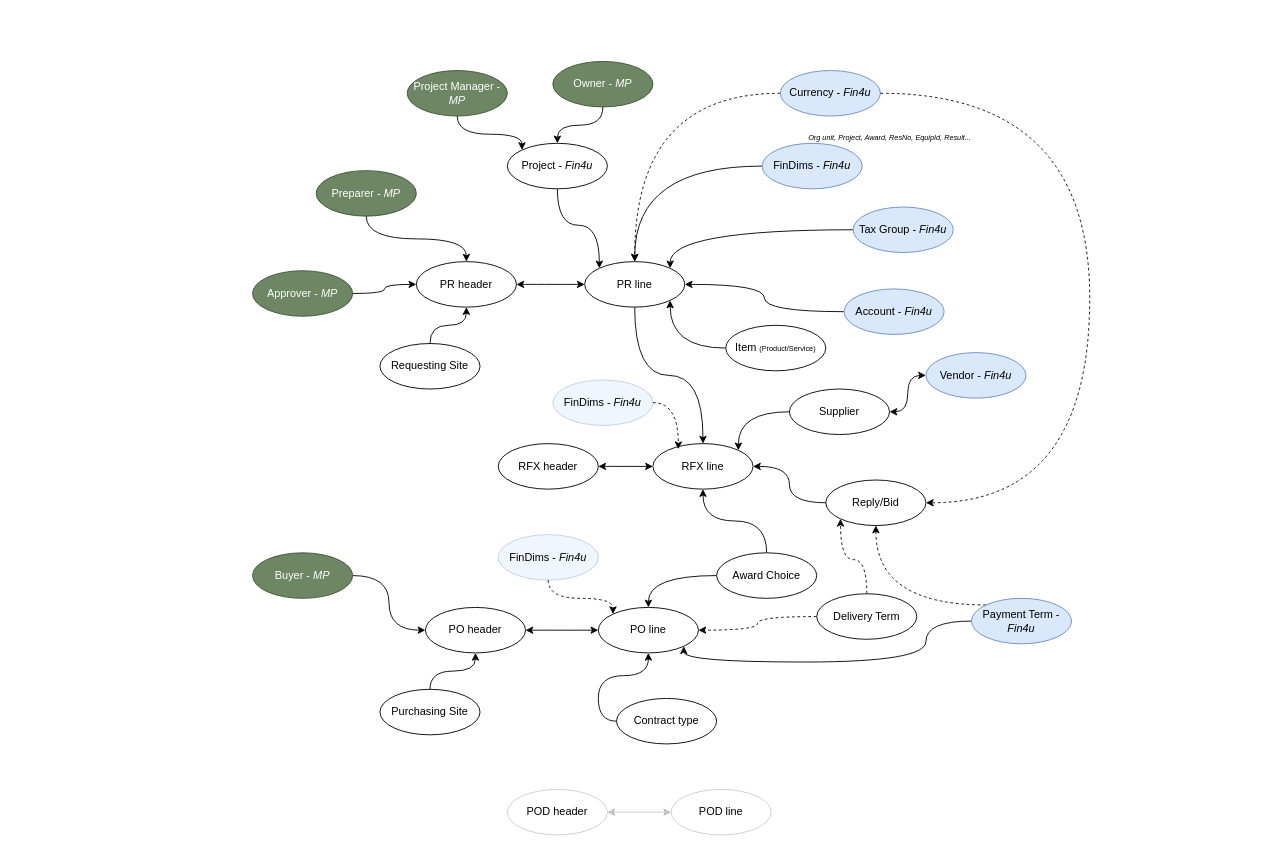
Medair/drawio keeps this draw.io diagram as Medex_MDM.drawio. Above is the earlier version. Source tidied: cells renumbered, new cells numbered last; positions are measured from the earlier drawing's top-left corner, leaving out a move shared by most shapes. Both pictures are drawn from the tidied source at 91%, with x=0, y=0 at pixel (252, 61).
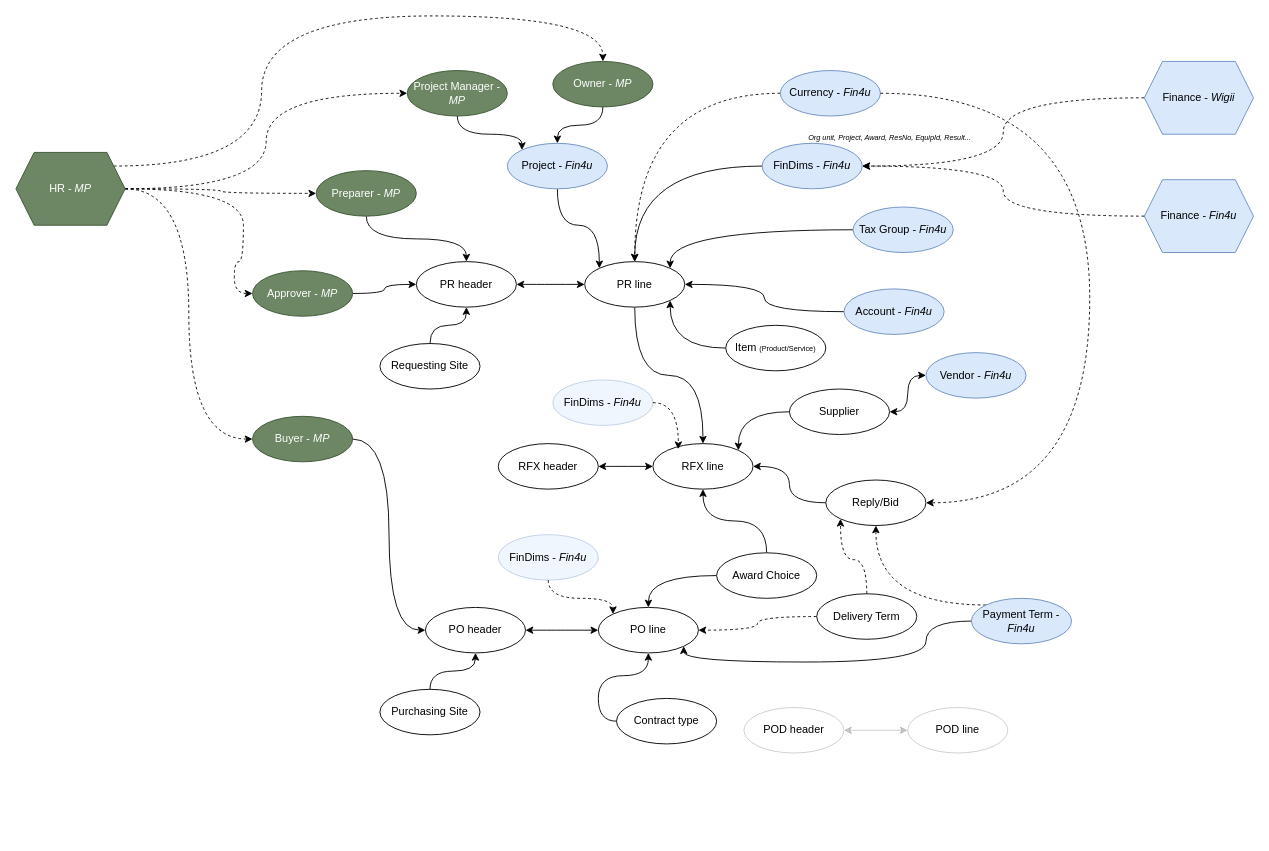
After the change.

The change refers to these unchanged cells:
```xml
<mxCell id="8" value="Preparer - &lt;i&gt;MP&lt;/i&gt;" style="ellipse;whiteSpace=wrap;html=1;fillColor=#6d8764;strokeColor=#3A5431;fontColor=#ffffff;" parent="1" vertex="1">
  <mxGeometry x="70" y="120" width="110" height="50" as="geometry" />
</mxCell>
<mxCell id="38" value="Project Manager - &lt;i&gt;MP&lt;/i&gt;" style="ellipse;whiteSpace=wrap;html=1;fillColor=#6d8764;strokeColor=#3A5431;fontColor=#ffffff;" parent="1" vertex="1">
  <mxGeometry x="170" y="10" width="110" height="50" as="geometry" />
</mxCell>
<mxCell id="40" value="Owner - &lt;i&gt;MP&lt;/i&gt;" style="ellipse;whiteSpace=wrap;html=1;fillColor=#6d8764;strokeColor=#3A5431;fontColor=#ffffff;" parent="1" vertex="1">
  <mxGeometry x="330" width="110" height="50" as="geometry" />
</mxCell>
<mxCell id="42" value="Approver - &lt;i&gt;MP&lt;/i&gt;" style="ellipse;whiteSpace=wrap;html=1;fillColor=#6d8764;strokeColor=#3A5431;fontColor=#ffffff;" parent="1" vertex="1">
  <mxGeometry y="230" width="110" height="50" as="geometry" />
</mxCell>
<mxCell id="45" value="FinDims - &lt;i&gt;Fin4u&lt;/i&gt;" style="ellipse;whiteSpace=wrap;html=1;fillColor=#dae8fc;strokeColor=#6c8ebf;" parent="44" vertex="1">
  <mxGeometry y="20" width="110" height="50" as="geometry" />
</mxCell>
```

What changed in the source:
```diff
@@
-    <mxCell id="36" value="Project - &lt;i&gt;Fin4u&lt;/i&gt;" style="ellipse;whiteSpace=wrap;html=1;" parent="1" vertex="1">
+    <mxCell id="36" value="Project - &lt;i&gt;Fin4u&lt;/i&gt;" style="ellipse;whiteSpace=wrap;html=1;fillColor=#dae8fc;strokeColor=#6c8ebf;" parent="1" vertex="1">
       <mxGeometry x="280" y="90" width="110" height="50" as="geometry" />
     </mxCell>
@@
     <mxCell id="54" value="Buyer - &lt;i&gt;MP&lt;/i&gt;" style="ellipse;whiteSpace=wrap;html=1;fillColor=#6d8764;strokeColor=#3A5431;fontColor=#ffffff;" parent="1" vertex="1">
-      <mxGeometry y="540" width="110" height="50" as="geometry" />
+      <mxGeometry y="390" width="110" height="50" as="geometry" />
     </mxCell>
@@
     <mxCell id="58" value="POD header" style="ellipse;whiteSpace=wrap;html=1;opacity=20;" parent="1" vertex="1">
-      <mxGeometry x="280" y="800" width="110" height="50" as="geometry" />
+      <mxGeometry x="540" y="710" width="110" height="50" as="geometry" />
     </mxCell>
     <mxCell id="59" value="POD line" style="ellipse;whiteSpace=wrap;html=1;opacity=20;" parent="1" vertex="1">
-      <mxGeometry x="460" y="800" width="110" height="50" as="geometry" />
+      <mxGeometry x="720" y="710" width="110" height="50" as="geometry" />
     </mxCell>
@@
+    <mxCell id="67" style="edgeStyle=orthogonalEdgeStyle;rounded=0;jettySize=auto;html=1;exitX=1;exitY=0.5;exitDx=0;exitDy=0;entryX=0;entryY=0.5;entryDx=0;entryDy=0;curved=1;dashed=1;" parent="1" edge="1" source="72" target="8">
+      <mxGeometry relative="1" as="geometry" />
+    </mxCell>
+    <mxCell id="68" style="edgeStyle=orthogonalEdgeStyle;rounded=0;jettySize=auto;html=1;exitX=1;exitY=0.5;exitDx=0;exitDy=0;entryX=0;entryY=0.5;entryDx=0;entryDy=0;curved=1;dashed=1;" parent="1" edge="1" source="72" target="38">
+      <mxGeometry relative="1" as="geometry" />
+    </mxCell>
+    <mxCell id="69" style="edgeStyle=orthogonalEdgeStyle;rounded=0;jettySize=auto;html=1;exitX=1;exitY=0.5;exitDx=0;exitDy=0;entryX=0;entryY=0.5;entryDx=0;entryDy=0;curved=1;dashed=1;" parent="1" edge="1" source="72" target="42">
+      <mxGeometry relative="1" as="geometry">
+        <Array as="points">
+          <mxPoint x="-10" y="140" />
+          <mxPoint x="-10" y="220" />
+          <mxPoint x="-20" y="220" />
+          <mxPoint x="-20" y="255" />
+        </Array>
+      </mxGeometry>
+    </mxCell>
+    <mxCell id="70" style="edgeStyle=orthogonalEdgeStyle;rounded=0;jettySize=auto;html=1;entryX=0.5;entryY=0;entryDx=0;entryDy=0;curved=1;dashed=1;" parent="1" edge="1" source="72" target="40">
+      <mxGeometry relative="1" as="geometry">
+        <Array as="points">
+          <mxPoint x="10" y="115" />
+          <mxPoint x="10" y="-50" />
+          <mxPoint x="385" y="-50" />
+        </Array>
+      </mxGeometry>
+    </mxCell>
+    <mxCell id="71" style="edgeStyle=orthogonalEdgeStyle;rounded=0;jettySize=auto;html=1;entryX=0;entryY=0.5;entryDx=0;entryDy=0;curved=1;dashed=1;" parent="1" edge="1" source="72" target="54">
+      <mxGeometry relative="1" as="geometry" />
+    </mxCell>
+    <mxCell id="72" value="HR - &lt;i&gt;MP&lt;/i&gt;" style="shape=hexagon;perimeter=hexagonPerimeter2;whiteSpace=wrap;html=1;fixedSize=1;fillColor=#6d8764;fontColor=#ffffff;strokeColor=#3A5431;" parent="1" vertex="1">
+      <mxGeometry x="-260" y="100" width="120" height="80" as="geometry" />
+    </mxCell>
+    <mxCell id="73" value="Finance - &lt;i&gt;Fin4u&lt;/i&gt;" style="shape=hexagon;perimeter=hexagonPerimeter2;whiteSpace=wrap;html=1;fixedSize=1;fillColor=#dae8fc;strokeColor=#6c8ebf;" parent="1" vertex="1">
+      <mxGeometry x="980" y="130" width="120" height="80" as="geometry" />
+    </mxCell>
+    <mxCell id="74" style="edgeStyle=orthogonalEdgeStyle;rounded=0;jettySize=auto;html=1;exitX=0;exitY=0.5;exitDx=0;exitDy=0;entryX=1;entryY=0.5;entryDx=0;entryDy=0;curved=1;dashed=1;" parent="1" edge="1" source="75" target="45">
+      <mxGeometry relative="1" as="geometry" />
+    </mxCell>
+    <mxCell id="75" value="Finance - &lt;i&gt;Wigii&lt;/i&gt;" style="shape=hexagon;perimeter=hexagonPerimeter2;whiteSpace=wrap;html=1;fixedSize=1;fillColor=#dae8fc;strokeColor=#6c8ebf;" parent="1" vertex="1">
+      <mxGeometry x="980" width="120" height="80" as="geometry" />
+    </mxCell>
+    <mxCell id="76" style="edgeStyle=orthogonalEdgeStyle;rounded=0;jettySize=auto;html=1;exitX=0;exitY=0.5;exitDx=0;exitDy=0;entryX=1;entryY=0.5;entryDx=0;entryDy=0;curved=1;dashed=1;" parent="1" edge="1" source="73" target="45">
+      <mxGeometry relative="1" as="geometry" />
+    </mxCell>
```
